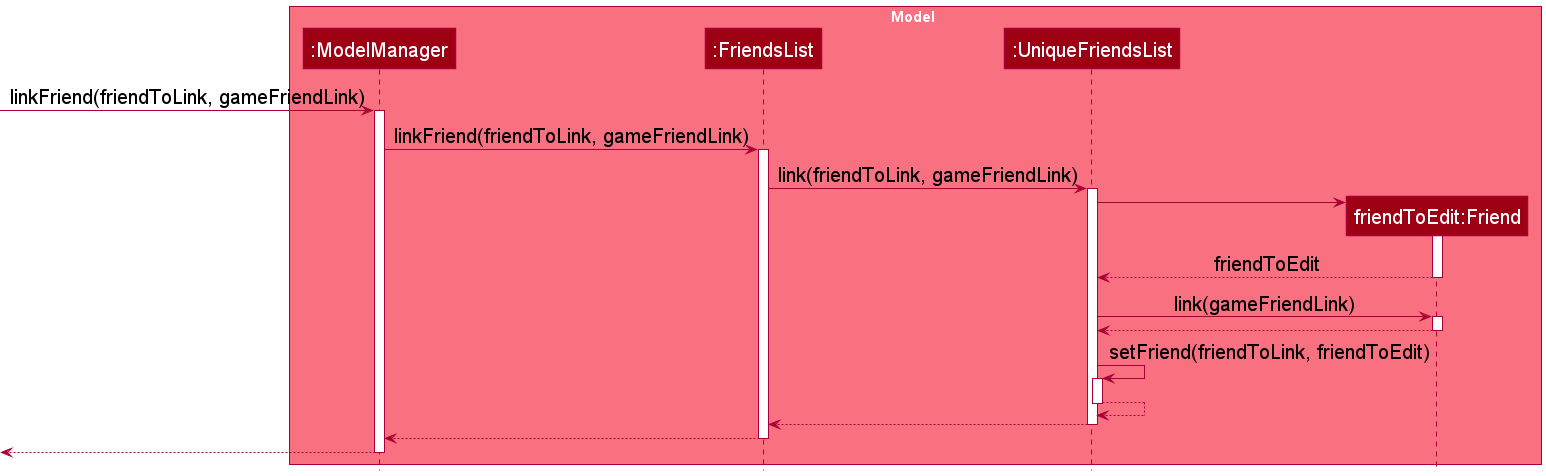
Before: docs/images/LinkSequenceDiagram2.png, a diagram exported from PlantUML (nus-cs2103-AY2122S1/tp). Its diagram source:
```plantuml
@startuml
!include style.puml
skinparam defaultFontSize 20

box Model MODEL_COLOR_T1
participant ":ModelManager" as ModelManager MODEL_COLOR
participant ":FriendsList" as FriendsList MODEL_COLOR
participant ":UniqueFriendsList" as UniqueFriendsList MODEL_COLOR
participant "friendToEdit:Friend" as Friend MODEL_COLOR
end box

-> ModelManager : linkFriend(friendToLink, gameFriendLink)
activate ModelManager
ModelManager -> FriendsList : linkFriend(friendToLink, gameFriendLink)
activate FriendsList
FriendsList -> UniqueFriendsList : link(friendToLink, gameFriendLink)
activate UniqueFriendsList
create Friend
UniqueFriendsList -> Friend
activate Friend
Friend --> UniqueFriendsList : friendToEdit
deactivate Friend
UniqueFriendsList -> Friend : link(gameFriendLink)
activate Friend
Friend --> UniqueFriendsList
deactivate Friend
UniqueFriendsList -> UniqueFriendsList : setFriend(friendToLink, friendToEdit)
activate UniqueFriendsList
UniqueFriendsList --> UniqueFriendsList
deactivate UniqueFriendsList
UniqueFriendsList --> FriendsList
deactivate UniqueFriendsList
FriendsList --> ModelManager
deactivate FriendsList
return
@enduml
```
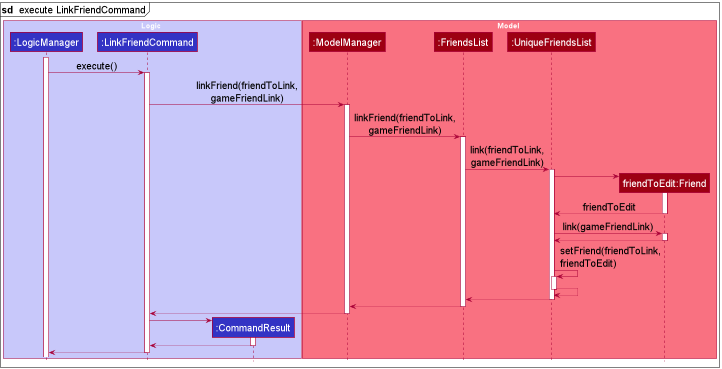
The same diagram one commit later.

Commit message:
Modify sequence diagrams

What changed in the source:
```diff
@@ -1,6 +1,16 @@
 @startuml
 !include style.puml
 skinparam defaultFontSize 20
+skinparam maxMessageSize 10
+
+mainframe **sd**  execute LinkFriendCommand
+
+box Logic LOGIC_COLOR_T1
+
+participant ":LogicManager" as LogicManager LOGIC_COLOR
+participant ":LinkFriendCommand" as LinkFriendCommand LOGIC_COLOR
+participant ":CommandResult" as CommandResult LOGIC_COLOR
+end box
 
 box Model MODEL_COLOR_T1
 participant ":ModelManager" as ModelManager MODEL_COLOR
@@ -9,7 +19,12 @@
 participant "friendToEdit:Friend" as Friend MODEL_COLOR
 end box
 
--> ModelManager : linkFriend(friendToLink, gameFriendLink)
+activate LogicManager
+
+LogicManager -> LinkFriendCommand : execute()
+activate LinkFriendCommand
+
+LinkFriendCommand -> ModelManager : linkFriend(friendToLink, gameFriendLink)
 activate ModelManager
 ModelManager -> FriendsList : linkFriend(friendToLink, gameFriendLink)
 activate FriendsList
@@ -32,5 +47,15 @@
 deactivate UniqueFriendsList
 FriendsList --> ModelManager
 deactivate FriendsList
+ModelManager --> LinkFriendCommand
+deactivate ModelManager
+
+create CommandResult
+LinkFriendCommand -> CommandResult
+activate CommandResult
+
+CommandResult --> LinkFriendCommand
+deactivate CommandResult
+
 return
 @enduml
```
